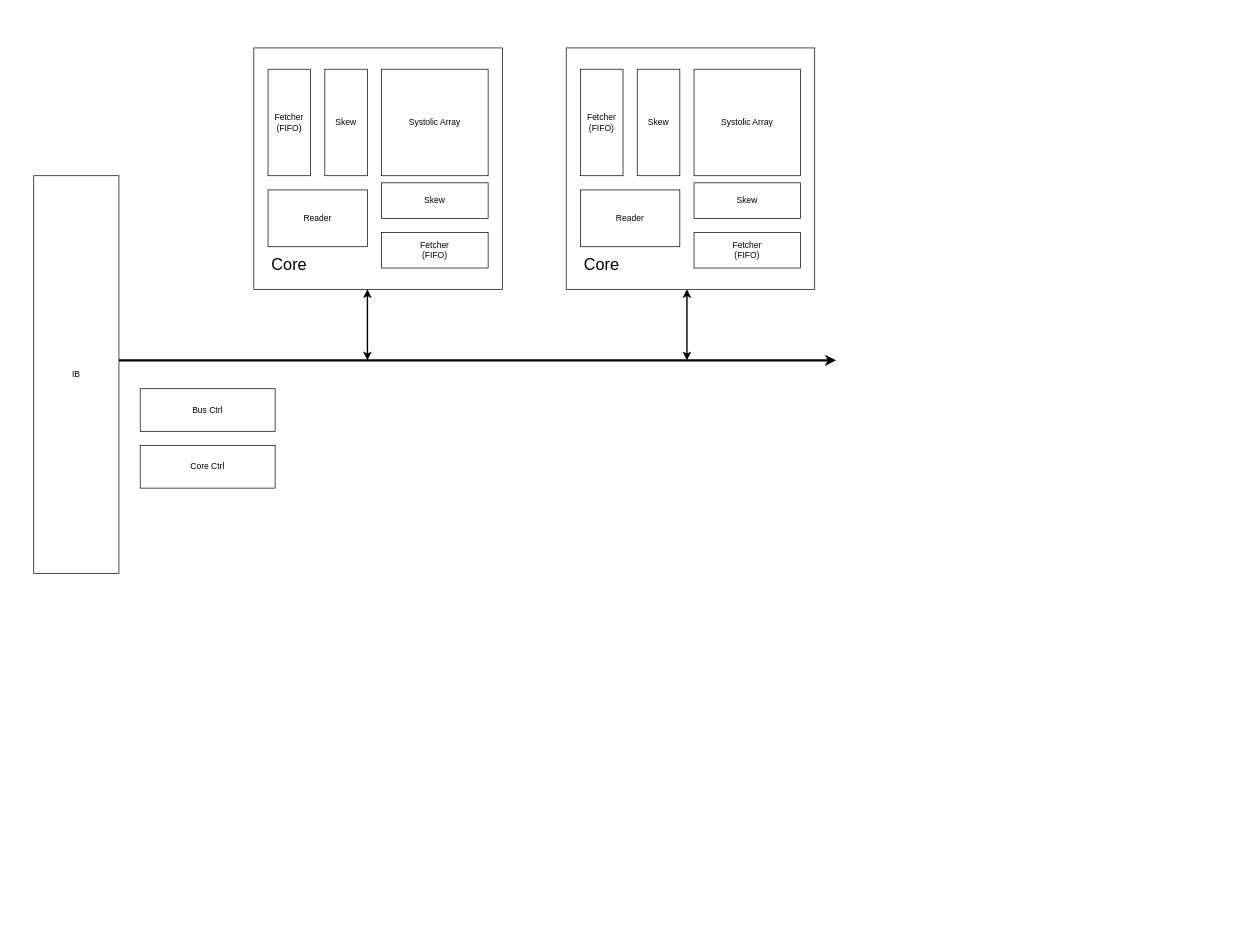
This is AttentionHardware.drawio from Devil-SX/draw-io, a draw.io file, before an edit. Source tidied: cells renumbered, new cells numbered last; positions are measured from the earlier drawing's top-left corner, leaving out a move shared by most shapes. Both pictures are drawn from the tidied source at 71%, with x=0, y=0 at pixel (33, 48).
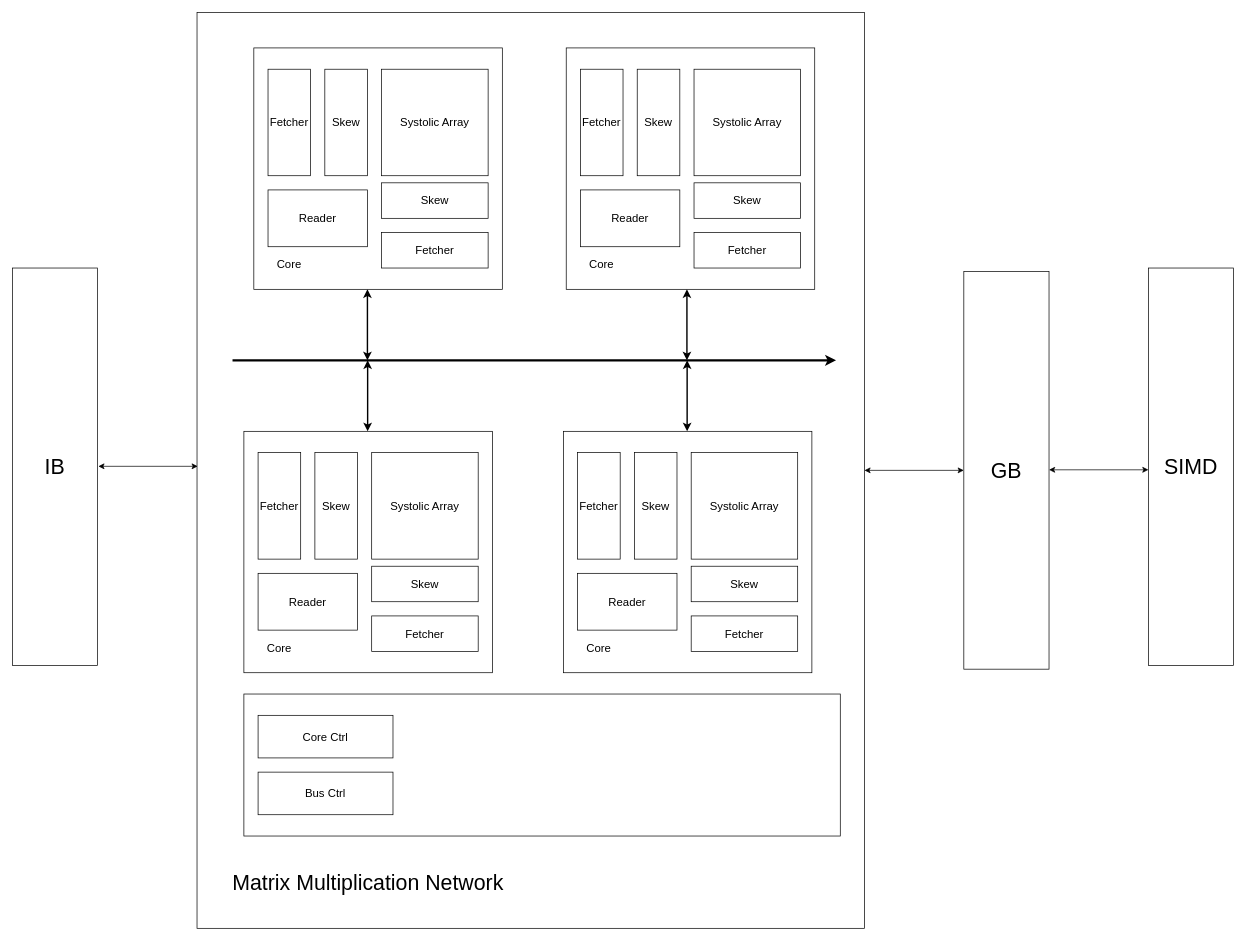
After the change.

The edit, as a diff of the source:
```diff
@@
+    <mxCell id="24" style="rounded=0;whiteSpace=wrap;html=1;fontSize=16;" parent="1" vertex="1">
+      <mxGeometry x="230" y="-50" width="940" height="1290" as="geometry" />
+    </mxCell>
+    <mxCell id="8" value="&lt;font style=&quot;font-size: 30px;&quot;&gt;IB&lt;/font&gt;" style="rounded=0;whiteSpace=wrap;html=1;" parent="1" vertex="1">
+      <mxGeometry x="-30" y="310" width="120" height="560" as="geometry" />
+    </mxCell>
+    <mxCell id="9" style="endArrow=classic;html=1;rounded=0;strokeWidth=3;fontSize=16;" parent="1" edge="1">
+      <mxGeometry relative="1" as="geometry">
+        <mxPoint x="280" y="440" as="sourcePoint" />
+        <mxPoint x="1130" y="440" as="targetPoint" />
+      </mxGeometry>
+    </mxCell>
+    <mxCell id="25" style="rounded=0;whiteSpace=wrap;html=1;fontSize=16;" parent="1" vertex="1">
+      <mxGeometry x="296" y="910" width="840" height="200" as="geometry" />
+    </mxCell>
+    <mxCell id="10" style="endArrow=classic;html=1;rounded=0;entryX=0.5;entryY=1;entryDx=0;entryDy=0;startArrow=classic;startFill=1;strokeWidth=2;fontSize=16;" parent="1" edge="1">
+      <mxGeometry relative="1" as="geometry">
+        <mxPoint x="470" y="440" as="sourcePoint" />
+        <mxPoint x="470" y="340" as="targetPoint" />
+      </mxGeometry>
+    </mxCell>
+    <mxCell id="13" value="Bus Ctrl" style="rounded=0;whiteSpace=wrap;html=1;fontSize=16;" parent="1" vertex="1">
+      <mxGeometry x="316" y="1020" width="190" height="60" as="geometry" />
+    </mxCell>
+    <mxCell id="22" style="endArrow=classic;html=1;rounded=0;entryX=0.5;entryY=1;entryDx=0;entryDy=0;startArrow=classic;startFill=1;strokeWidth=2;fontSize=16;" parent="1" edge="1">
+      <mxGeometry relative="1" as="geometry">
+        <mxPoint x="920" y="440" as="sourcePoint" />
+        <mxPoint x="920" y="340" as="targetPoint" />
+      </mxGeometry>
+    </mxCell>
+    <mxCell id="23" value="Core Ctrl" style="rounded=0;whiteSpace=wrap;html=1;fontSize=16;" parent="1" vertex="1">
+      <mxGeometry x="316" y="940" width="190" height="60" as="geometry" />
+    </mxCell>
+    <mxCell id="26" style="group;fontSize=16;" parent="1" vertex="1">
+      <mxGeometry x="310" width="350" height="340" as="geometry" />
+    </mxCell>
-    <mxCell id="2" style="rounded=0;whiteSpace=wrap;html=1;fillColor=default;" parent="1" vertex="1">
-      <mxGeometry x="310" width="350" height="340" as="geometry" />
+    <mxCell id="2" style="rounded=0;whiteSpace=wrap;html=1;fillColor=default;fontSize=16;" parent="26" vertex="1">
+      <mxGeometry width="350" height="340" as="geometry" />
     </mxCell>
-    <mxCell id="3" value="Systolic Array" style="whiteSpace=wrap;html=1;" parent="1" vertex="1">
-      <mxGeometry x="490" y="30" width="150" height="150" as="geometry" />
+    <mxCell id="3" value="Systolic Array" style="whiteSpace=wrap;html=1;fontSize=16;" parent="26" vertex="1">
+      <mxGeometry x="180" y="30" width="150" height="150" as="geometry" />
     </mxCell>
-    <mxCell id="4" value="Skew" style="rounded=0;whiteSpace=wrap;html=1;" parent="1" vertex="1">
-      <mxGeometry x="410" y="30" width="60" height="150" as="geometry" />
+    <mxCell id="4" value="Skew" style="rounded=0;whiteSpace=wrap;html=1;fontSize=16;" parent="26" vertex="1">
+      <mxGeometry x="100" y="30" width="60" height="150" as="geometry" />
     </mxCell>
-    <mxCell id="5" value="Skew" style="rounded=0;whiteSpace=wrap;html=1;" parent="1" vertex="1">
-      <mxGeometry x="490" y="190" width="150" height="50" as="geometry" />
+    <mxCell id="5" value="Skew" style="rounded=0;whiteSpace=wrap;html=1;fontSize=16;" parent="26" vertex="1">
+      <mxGeometry x="180" y="190" width="150" height="50" as="geometry" />
     </mxCell>
-    <mxCell id="6" value="Fetcher&lt;br&gt;(FIFO)" style="rounded=0;whiteSpace=wrap;html=1;" parent="1" vertex="1">
-      <mxGeometry x="330" y="30" width="60" height="150" as="geometry" />
+    <mxCell id="6" value="Fetcher" style="rounded=0;whiteSpace=wrap;html=1;fontSize=16;" parent="26" vertex="1">
+      <mxGeometry x="20" y="30" width="60" height="150" as="geometry" />
     </mxCell>
-    <mxCell id="7" value="Fetcher&lt;br&gt;(FIFO)" style="rounded=0;whiteSpace=wrap;html=1;" parent="1" vertex="1">
-      <mxGeometry x="490" y="260" width="150" height="50" as="geometry" />
+    <mxCell id="7" value="Fetcher" style="rounded=0;whiteSpace=wrap;html=1;fontSize=16;" parent="26" vertex="1">
+      <mxGeometry x="180" y="260" width="150" height="50" as="geometry" />
     </mxCell>
-    <mxCell id="8" value="IB" style="rounded=0;whiteSpace=wrap;html=1;" parent="1" vertex="1">
-      <mxGeometry y="180" width="120" height="560" as="geometry" />
-    </mxCell>
-    <mxCell id="9" style="endArrow=classic;html=1;rounded=0;strokeWidth=3;" parent="1" edge="1">
-      <mxGeometry relative="1" as="geometry">
-        <mxPoint x="120" y="440" as="sourcePoint" />
-        <mxPoint x="1130" y="440" as="targetPoint" />
-      </mxGeometry>
-    </mxCell>
-    <mxCell id="10" style="endArrow=classic;html=1;rounded=0;entryX=0.5;entryY=1;entryDx=0;entryDy=0;startArrow=classic;startFill=1;strokeWidth=2;" parent="1" edge="1">
-      <mxGeometry relative="1" as="geometry">
-        <mxPoint x="470" y="440" as="sourcePoint" />
-        <mxPoint x="470" y="340" as="targetPoint" />
-      </mxGeometry>
-    </mxCell>
-    <mxCell id="11" value="Core" style="text;html=1;strokeColor=none;fillColor=none;align=center;verticalAlign=middle;whiteSpace=wrap;rounded=0;fontSize=23;" parent="1" vertex="1">
-      <mxGeometry x="330" y="290" width="60" height="30" as="geometry" />
+    <mxCell id="11" value="Core" style="text;html=1;strokeColor=none;fillColor=none;align=center;verticalAlign=middle;whiteSpace=wrap;rounded=0;fontSize=16;" parent="26" vertex="1">
+      <mxGeometry x="20" y="290" width="60" height="30" as="geometry" />
     </mxCell>
-    <mxCell id="12" value="Reader" style="rounded=0;whiteSpace=wrap;html=1;" parent="1" vertex="1">
-      <mxGeometry x="330" y="200" width="140" height="80" as="geometry" />
+    <mxCell id="12" value="Reader" style="rounded=0;whiteSpace=wrap;html=1;fontSize=16;" parent="26" vertex="1">
+      <mxGeometry x="20" y="200" width="140" height="80" as="geometry" />
     </mxCell>
-    <mxCell id="13" value="Bus Ctrl" style="rounded=0;whiteSpace=wrap;html=1;" parent="1" vertex="1">
-      <mxGeometry x="150" y="480" width="190" height="60" as="geometry" />
-    </mxCell>
+    <mxCell id="27" style="group;fontSize=16;" parent="1" vertex="1">
+      <mxGeometry x="750" width="350" height="340" as="geometry" />
+    </mxCell>
-    <mxCell id="14" style="rounded=0;whiteSpace=wrap;html=1;fillColor=default;" parent="1" vertex="1">
-      <mxGeometry x="750" width="350" height="340" as="geometry" />
+    <mxCell id="14" style="rounded=0;whiteSpace=wrap;html=1;fillColor=default;fontSize=16;" parent="27" vertex="1">
+      <mxGeometry width="350" height="340" as="geometry" />
     </mxCell>
-    <mxCell id="15" value="Systolic Array" style="whiteSpace=wrap;html=1;" parent="1" vertex="1">
-      <mxGeometry x="930" y="30" width="150" height="150" as="geometry" />
+    <mxCell id="15" value="Systolic Array" style="whiteSpace=wrap;html=1;fontSize=16;" parent="27" vertex="1">
+      <mxGeometry x="180" y="30" width="150" height="150" as="geometry" />
     </mxCell>
-    <mxCell id="16" value="Skew" style="rounded=0;whiteSpace=wrap;html=1;" parent="1" vertex="1">
-      <mxGeometry x="850" y="30" width="60" height="150" as="geometry" />
+    <mxCell id="16" value="Skew" style="rounded=0;whiteSpace=wrap;html=1;fontSize=16;" parent="27" vertex="1">
+      <mxGeometry x="100" y="30" width="60" height="150" as="geometry" />
     </mxCell>
-    <mxCell id="17" value="Skew" style="rounded=0;whiteSpace=wrap;html=1;" parent="1" vertex="1">
-      <mxGeometry x="930" y="190" width="150" height="50" as="geometry" />
+    <mxCell id="17" value="Skew" style="rounded=0;whiteSpace=wrap;html=1;fontSize=16;" parent="27" vertex="1">
+      <mxGeometry x="180" y="190" width="150" height="50" as="geometry" />
     </mxCell>
-    <mxCell id="18" value="Fetcher&lt;br&gt;(FIFO)" style="rounded=0;whiteSpace=wrap;html=1;" parent="1" vertex="1">
-      <mxGeometry x="770" y="30" width="60" height="150" as="geometry" />
+    <mxCell id="18" value="Fetcher" style="rounded=0;whiteSpace=wrap;html=1;fontSize=16;" parent="27" vertex="1">
+      <mxGeometry x="20" y="30" width="60" height="150" as="geometry" />
     </mxCell>
-    <mxCell id="19" value="Fetcher&lt;br&gt;(FIFO)" style="rounded=0;whiteSpace=wrap;html=1;" parent="1" vertex="1">
-      <mxGeometry x="930" y="260" width="150" height="50" as="geometry" />
+    <mxCell id="19" value="Fetcher" style="rounded=0;whiteSpace=wrap;html=1;fontSize=16;" parent="27" vertex="1">
+      <mxGeometry x="180" y="260" width="150" height="50" as="geometry" />
     </mxCell>
-    <mxCell id="20" value="Core" style="text;html=1;strokeColor=none;fillColor=none;align=center;verticalAlign=middle;whiteSpace=wrap;rounded=0;fontSize=23;" parent="1" vertex="1">
-      <mxGeometry x="770" y="290" width="60" height="30" as="geometry" />
+    <mxCell id="20" value="Core" style="text;html=1;strokeColor=none;fillColor=none;align=center;verticalAlign=middle;whiteSpace=wrap;rounded=0;fontSize=16;" parent="27" vertex="1">
+      <mxGeometry x="20" y="290" width="60" height="30" as="geometry" />
     </mxCell>
-    <mxCell id="21" value="Reader" style="rounded=0;whiteSpace=wrap;html=1;" parent="1" vertex="1">
-      <mxGeometry x="770" y="200" width="140" height="80" as="geometry" />
+    <mxCell id="21" value="Reader" style="rounded=0;whiteSpace=wrap;html=1;fontSize=16;" parent="27" vertex="1">
+      <mxGeometry x="20" y="200" width="140" height="80" as="geometry" />
     </mxCell>
-    <mxCell id="22" style="endArrow=classic;html=1;rounded=0;entryX=0.5;entryY=1;entryDx=0;entryDy=0;startArrow=classic;startFill=1;strokeWidth=2;" parent="1" edge="1">
-      <mxGeometry relative="1" as="geometry">
-        <mxPoint x="920" y="440" as="sourcePoint" />
-        <mxPoint x="920" y="340" as="targetPoint" />
-      </mxGeometry>
-    </mxCell>
-    <mxCell id="23" value="Core Ctrl" style="rounded=0;whiteSpace=wrap;html=1;" parent="1" vertex="1">
-      <mxGeometry x="150" y="560" width="190" height="60" as="geometry" />
-    </mxCell>
+    <mxCell id="28" style="endArrow=classic;html=1;rounded=0;entryX=0.5;entryY=1;entryDx=0;entryDy=0;startArrow=classic;startFill=1;strokeWidth=2;fontSize=16;" parent="1" edge="1">
+      <mxGeometry relative="1" as="geometry">
+        <mxPoint x="470.3" y="540" as="sourcePoint" />
+        <mxPoint x="470.3" y="440" as="targetPoint" />
+      </mxGeometry>
+    </mxCell>
+    <mxCell id="29" style="group;fontSize=16;" parent="1" vertex="1">
+      <mxGeometry x="296" y="540" width="350" height="340" as="geometry" />
+    </mxCell>
+    <mxCell id="30" style="rounded=0;whiteSpace=wrap;html=1;fillColor=default;fontSize=16;" parent="29" vertex="1">
+      <mxGeometry width="350" height="340" as="geometry" />
+    </mxCell>
+    <mxCell id="31" value="Fetcher" style="rounded=0;whiteSpace=wrap;html=1;fontSize=16;" parent="29" vertex="1">
+      <mxGeometry x="20" y="30" width="60" height="150" as="geometry" />
+    </mxCell>
+    <mxCell id="32" value="Skew" style="rounded=0;whiteSpace=wrap;html=1;fontSize=16;" parent="29" vertex="1">
+      <mxGeometry x="100" y="30" width="60" height="150" as="geometry" />
+    </mxCell>
+    <mxCell id="33" value="Systolic Array" style="whiteSpace=wrap;html=1;fontSize=16;" parent="29" vertex="1">
+      <mxGeometry x="180" y="30" width="150" height="150" as="geometry" />
+    </mxCell>
+    <mxCell id="34" value="Reader" style="rounded=0;whiteSpace=wrap;html=1;fontSize=16;" parent="29" vertex="1">
+      <mxGeometry x="20" y="200" width="140" height="80" as="geometry" />
+    </mxCell>
+    <mxCell id="35" value="Core" style="text;html=1;strokeColor=none;fillColor=none;align=center;verticalAlign=middle;whiteSpace=wrap;rounded=0;fontSize=16;" parent="29" vertex="1">
+      <mxGeometry x="20" y="290" width="60" height="30" as="geometry" />
+    </mxCell>
+    <mxCell id="36" value="Skew" style="rounded=0;whiteSpace=wrap;html=1;fontSize=16;" parent="29" vertex="1">
+      <mxGeometry x="180" y="190" width="150" height="50" as="geometry" />
+    </mxCell>
+    <mxCell id="37" value="Fetcher" style="rounded=0;whiteSpace=wrap;html=1;fontSize=16;" parent="29" vertex="1">
+      <mxGeometry x="180" y="260" width="150" height="50" as="geometry" />
+    </mxCell>
+    <mxCell id="38" style="endArrow=classic;html=1;rounded=0;entryX=0.5;entryY=1;entryDx=0;entryDy=0;startArrow=classic;startFill=1;strokeWidth=2;fontSize=16;" parent="1" edge="1">
+      <mxGeometry relative="1" as="geometry">
+        <mxPoint x="920.3" y="540" as="sourcePoint" />
+        <mxPoint x="920.3" y="440" as="targetPoint" />
+      </mxGeometry>
+    </mxCell>
+    <mxCell id="39" style="group;fontSize=16;" parent="1" vertex="1">
+      <mxGeometry x="746" y="540" width="350" height="340" as="geometry" />
+    </mxCell>
+    <mxCell id="40" style="rounded=0;whiteSpace=wrap;html=1;fillColor=default;fontSize=16;" parent="39" vertex="1">
+      <mxGeometry width="350" height="340" as="geometry" />
+    </mxCell>
+    <mxCell id="41" value="Fetcher" style="rounded=0;whiteSpace=wrap;html=1;fontSize=16;" parent="39" vertex="1">
+      <mxGeometry x="20" y="30" width="60" height="150" as="geometry" />
+    </mxCell>
+    <mxCell id="42" value="Skew" style="rounded=0;whiteSpace=wrap;html=1;fontSize=16;" parent="39" vertex="1">
+      <mxGeometry x="100" y="30" width="60" height="150" as="geometry" />
+    </mxCell>
+    <mxCell id="43" value="Systolic Array" style="whiteSpace=wrap;html=1;fontSize=16;" parent="39" vertex="1">
+      <mxGeometry x="180" y="30" width="150" height="150" as="geometry" />
+    </mxCell>
+    <mxCell id="44" value="Reader" style="rounded=0;whiteSpace=wrap;html=1;fontSize=16;" parent="39" vertex="1">
+      <mxGeometry x="20" y="200" width="140" height="80" as="geometry" />
+    </mxCell>
+    <mxCell id="45" value="Core" style="text;html=1;strokeColor=none;fillColor=none;align=center;verticalAlign=middle;whiteSpace=wrap;rounded=0;fontSize=16;" parent="39" vertex="1">
+      <mxGeometry x="20" y="290" width="60" height="30" as="geometry" />
+    </mxCell>
+    <mxCell id="46" value="Skew" style="rounded=0;whiteSpace=wrap;html=1;fontSize=16;" parent="39" vertex="1">
+      <mxGeometry x="180" y="190" width="150" height="50" as="geometry" />
+    </mxCell>
+    <mxCell id="47" value="Fetcher" style="rounded=0;whiteSpace=wrap;html=1;fontSize=16;" parent="39" vertex="1">
+      <mxGeometry x="180" y="260" width="150" height="50" as="geometry" />
+    </mxCell>
+    <mxCell id="48" value="&lt;font style=&quot;font-size: 30px;&quot;&gt;Matrix Multiplication Network&lt;/font&gt;" style="text;html=1;strokeColor=none;fillColor=none;align=center;verticalAlign=middle;whiteSpace=wrap;rounded=0;fontSize=30;" parent="1" vertex="1">
+      <mxGeometry x="231" y="1130" width="480" height="90" as="geometry" />
+    </mxCell>
+    <mxCell id="49" value="&lt;font style=&quot;font-size: 30px;&quot;&gt;GB&lt;/font&gt;" style="rounded=0;whiteSpace=wrap;html=1;" parent="1" vertex="1">
+      <mxGeometry x="1310" y="315" width="120" height="560" as="geometry" />
+    </mxCell>
+    <mxCell id="50" value="&lt;font style=&quot;font-size: 30px;&quot;&gt;SIMD&lt;/font&gt;" style="rounded=0;whiteSpace=wrap;html=1;" parent="1" vertex="1">
+      <mxGeometry x="1570" y="310" width="120" height="560" as="geometry" />
+    </mxCell>
+    <mxCell id="51" style="endArrow=classic;startArrow=classic;html=1;rounded=0;entryX=0;entryY=0.5;entryDx=0;entryDy=0;exitX=1;exitY=0.5;exitDx=0;exitDy=0;" parent="1" edge="1" source="24" target="49">
+      <mxGeometry relative="1" as="geometry" />
+    </mxCell>
+    <mxCell id="52" style="endArrow=classic;startArrow=classic;html=1;rounded=0;entryX=0;entryY=0.5;entryDx=0;entryDy=0;exitX=1;exitY=0.5;exitDx=0;exitDy=0;" parent="1" edge="1">
+      <mxGeometry relative="1" as="geometry">
+        <mxPoint x="1430" y="594.2" as="sourcePoint" />
+        <mxPoint x="1570" y="594.2" as="targetPoint" />
+      </mxGeometry>
+    </mxCell>
+    <mxCell id="53" style="endArrow=classic;startArrow=classic;html=1;rounded=0;entryX=0;entryY=0.5;entryDx=0;entryDy=0;exitX=1;exitY=0.5;exitDx=0;exitDy=0;" parent="1" edge="1">
+      <mxGeometry relative="1" as="geometry">
+        <mxPoint x="91" y="589.3" as="sourcePoint" />
+        <mxPoint x="231" y="589.3" as="targetPoint" />
+      </mxGeometry>
+    </mxCell>
```
